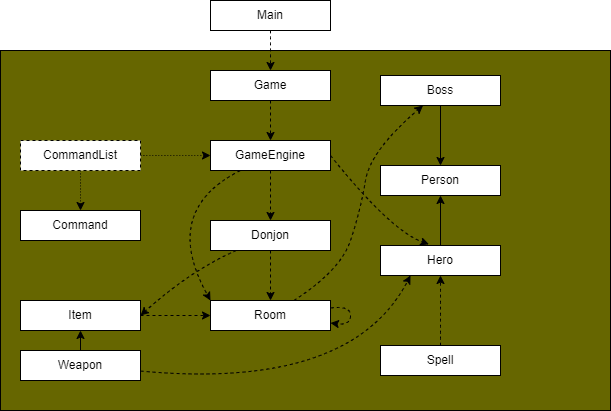
This is diagram.drawio.png from Vivien-Parsis/Jeux-rpg, a draw.io export, as it was before one commit. Source tidied: cells renumbered, new cells last; positions are measured from the earlier drawing's top-left corner, leaving out a move shared by most shapes. Source of this version:
```xml
<mxGraphModel>
  <root>
    <mxCell id="0" />
    <mxCell id="1" parent="0" />
    <mxCell id="2" style="rounded=0;whiteSpace=wrap;html=1;fillColor=#666600;" parent="1" vertex="1">
      <mxGeometry y="50" width="610" height="360" as="geometry" />
    </mxCell>
    <mxCell id="3" style="edgeStyle=none;curved=1;html=1;dashed=1;" parent="1" edge="1" source="4" target="6">
      <mxGeometry relative="1" as="geometry" />
    </mxCell>
    <mxCell id="4" value="Main" style="rounded=0;whiteSpace=wrap;html=1;" parent="1" vertex="1">
      <mxGeometry x="210" width="120" height="30" as="geometry" />
    </mxCell>
    <mxCell id="5" style="edgeStyle=none;html=1;dashed=1;" parent="1" edge="1" source="6" target="9">
      <mxGeometry relative="1" as="geometry" />
    </mxCell>
    <mxCell id="6" value="Game" style="rounded=0;whiteSpace=wrap;html=1;" parent="1" vertex="1">
      <mxGeometry x="210" y="70" width="120" height="30" as="geometry" />
    </mxCell>
    <mxCell id="7" style="edgeStyle=none;html=1;dashed=1;" parent="1" edge="1" source="9" target="12">
      <mxGeometry relative="1" as="geometry" />
    </mxCell>
    <mxCell id="8" style="edgeStyle=none;curved=1;html=1;entryX=0;entryY=0;entryDx=0;entryDy=0;dashed=1;" parent="1" edge="1" source="9" target="25">
      <mxGeometry relative="1" as="geometry">
        <Array as="points">
          <mxPoint x="160" y="210" />
        </Array>
      </mxGeometry>
    </mxCell>
    <mxCell id="9" value="GameEngine" style="rounded=0;whiteSpace=wrap;html=1;" parent="1" vertex="1">
      <mxGeometry x="210" y="140" width="120" height="30" as="geometry" />
    </mxCell>
    <mxCell id="10" style="edgeStyle=none;html=1;dashed=1;" parent="1" edge="1" source="12" target="25">
      <mxGeometry relative="1" as="geometry" />
    </mxCell>
    <mxCell id="11" style="edgeStyle=none;curved=1;html=1;entryX=1;entryY=0.5;entryDx=0;entryDy=0;dashed=1;" parent="1" edge="1" source="12" target="20">
      <mxGeometry relative="1" as="geometry">
        <Array as="points">
          <mxPoint x="190" y="270" />
        </Array>
      </mxGeometry>
    </mxCell>
    <mxCell id="12" value="Donjon" style="rounded=0;whiteSpace=wrap;html=1;" parent="1" vertex="1">
      <mxGeometry x="210" y="220" width="120" height="30" as="geometry" />
    </mxCell>
    <mxCell id="13" value="Person" style="rounded=0;whiteSpace=wrap;html=1;" parent="1" vertex="1">
      <mxGeometry x="380" y="165" width="120" height="30" as="geometry" />
    </mxCell>
    <mxCell id="14" style="edgeStyle=none;html=1;" parent="1" edge="1" source="15" target="13">
      <mxGeometry relative="1" as="geometry" />
    </mxCell>
    <mxCell id="15" value="Boss" style="rounded=0;whiteSpace=wrap;html=1;" parent="1" vertex="1">
      <mxGeometry x="380" y="75" width="120" height="30" as="geometry" />
    </mxCell>
    <mxCell id="16" style="edgeStyle=none;html=1;" parent="1" edge="1" source="18" target="13">
      <mxGeometry relative="1" as="geometry" />
    </mxCell>
    <mxCell id="17" style="edgeStyle=none;html=1;entryX=0.403;entryY=-0.04;entryDx=0;entryDy=0;dashed=1;entryPerimeter=0;exitX=1;exitY=0.5;exitDx=0;exitDy=0;curved=1;" parent="1" edge="1" source="9" target="18">
      <mxGeometry relative="1" as="geometry">
        <Array as="points">
          <mxPoint x="390" y="230" />
        </Array>
      </mxGeometry>
    </mxCell>
    <mxCell id="18" value="Hero" style="rounded=0;whiteSpace=wrap;html=1;" parent="1" vertex="1">
      <mxGeometry x="380" y="245" width="120" height="30" as="geometry" />
    </mxCell>
    <mxCell id="19" style="edgeStyle=none;html=1;entryX=0;entryY=0.5;entryDx=0;entryDy=0;dashed=1;" parent="1" edge="1" source="20" target="25">
      <mxGeometry relative="1" as="geometry" />
    </mxCell>
    <mxCell id="20" value="Item" style="rounded=0;whiteSpace=wrap;html=1;" parent="1" vertex="1">
      <mxGeometry x="20" y="300" width="120" height="30" as="geometry" />
    </mxCell>
    <mxCell id="21" style="edgeStyle=none;html=1;" parent="1" edge="1" source="23" target="20">
      <mxGeometry relative="1" as="geometry" />
    </mxCell>
    <mxCell id="22" style="edgeStyle=none;html=1;entryX=0.25;entryY=1;entryDx=0;entryDy=0;dashed=1;curved=1;" parent="1" edge="1" source="23" target="18">
      <mxGeometry relative="1" as="geometry">
        <Array as="points">
          <mxPoint x="350" y="390" />
        </Array>
      </mxGeometry>
    </mxCell>
    <mxCell id="23" value="Weapon" style="rounded=0;whiteSpace=wrap;html=1;" parent="1" vertex="1">
      <mxGeometry x="20" y="350" width="120" height="30" as="geometry" />
    </mxCell>
    <mxCell id="24" style="edgeStyle=none;html=1;dashed=1;curved=1;" parent="1" edge="1" source="25" target="15">
      <mxGeometry relative="1" as="geometry">
        <Array as="points">
          <mxPoint x="340" y="270" />
          <mxPoint x="360" y="210" />
          <mxPoint x="370" y="150" />
        </Array>
      </mxGeometry>
    </mxCell>
    <mxCell id="25" value="Room" style="rounded=0;whiteSpace=wrap;html=1;" parent="1" vertex="1">
      <mxGeometry x="210" y="300" width="120" height="30" as="geometry" />
    </mxCell>
    <mxCell id="26" style="edgeStyle=none;curved=1;html=1;dashed=1;" parent="1" edge="1" source="25" target="25">
      <mxGeometry relative="1" as="geometry" />
    </mxCell>
    <mxCell id="27" style="edgeStyle=none;curved=1;html=1;dashed=1;" parent="1" edge="1" source="28" target="18">
      <mxGeometry relative="1" as="geometry" />
    </mxCell>
    <mxCell id="28" value="Spell" style="rounded=0;whiteSpace=wrap;html=1;" parent="1" vertex="1">
      <mxGeometry x="380" y="345" width="120" height="30" as="geometry" />
    </mxCell>
    <mxCell id="29" value="Command" style="rounded=0;whiteSpace=wrap;html=1;" parent="1" vertex="1">
      <mxGeometry x="20" y="210" width="120" height="30" as="geometry" />
    </mxCell>
    <mxCell id="30" style="edgeStyle=none;curved=1;html=1;dashed=1;strokeWidth=1;strokeColor=none;dashPattern=1 4;" parent="1" edge="1" source="33" target="9">
      <mxGeometry relative="1" as="geometry" />
    </mxCell>
    <mxCell id="31" style="edgeStyle=none;curved=1;html=1;dashed=1;dashPattern=1 2;strokeWidth=1;" parent="1" edge="1" source="33">
      <mxGeometry relative="1" as="geometry">
        <mxPoint x="210" y="155" as="targetPoint" />
      </mxGeometry>
    </mxCell>
    <mxCell id="32" style="edgeStyle=none;curved=1;html=1;dashed=1;dashPattern=1 2;strokeWidth=1;" parent="1" edge="1" source="33" target="29">
      <mxGeometry relative="1" as="geometry" />
    </mxCell>
    <mxCell id="33" value="CommandList" style="rounded=0;whiteSpace=wrap;html=1;dashed=1;" parent="1" vertex="1">
      <mxGeometry x="20" y="140" width="120" height="30" as="geometry" />
    </mxCell>
  </root>
</mxGraphModel>
```
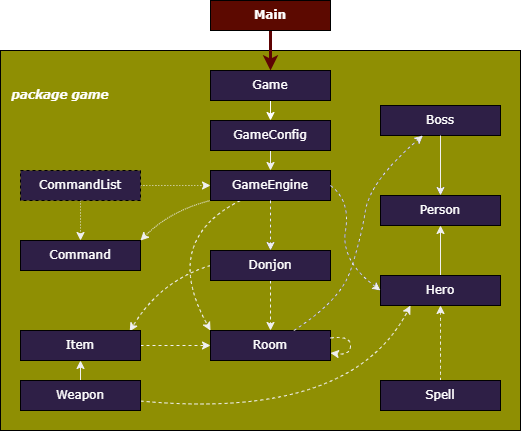
After the change.

Commit message:
changed the launch of the game by add Game class

Change to the diagram source:
```diff
@@ -2,89 +2,97 @@
   <root>
     <mxCell id="0" />
     <mxCell id="1" parent="0" />
-    <mxCell id="2" style="rounded=0;whiteSpace=wrap;html=1;fillColor=#666600;" parent="1" vertex="1">
-      <mxGeometry y="50" width="610" height="360" as="geometry" />
+    <mxCell id="2" style="rounded=0;whiteSpace=wrap;html=1;fillColor=#8F8F03;fontColor=#ffffff;" parent="1" vertex="1">
+      <mxGeometry y="20" width="520" height="380" as="geometry" />
     </mxCell>
-    <mxCell id="3" style="edgeStyle=none;curved=1;html=1;dashed=1;" parent="1" edge="1" source="4" target="6">
-      <mxGeometry relative="1" as="geometry" />
-    </mxCell>
+    <mxCell id="34" style="edgeStyle=none;html=1;strokeColor=#5e0303;strokeWidth=3;fontColor=#FFFAFA;" parent="1" edge="1" source="4" target="42">
+      <mxGeometry relative="1" as="geometry" />
+    </mxCell>
-    <mxCell id="4" value="Main" style="rounded=0;whiteSpace=wrap;html=1;" parent="1" vertex="1">
-      <mxGeometry x="210" width="120" height="30" as="geometry" />
+    <mxCell id="4" value="Main" style="rounded=0;whiteSpace=wrap;html=1;fontFamily=Verdana;fillColor=#5C0900;fontStyle=1;fontColor=#ffffff;" parent="1" vertex="1">
+      <mxGeometry x="210" y="-30" width="120" height="30" as="geometry" />
     </mxCell>
-    <mxCell id="5" style="edgeStyle=none;html=1;dashed=1;" parent="1" edge="1" source="6" target="9">
+    <mxCell id="5" style="edgeStyle=none;html=1;fontColor=#FFFAFA;strokeColor=#F0F0F0;" parent="1" edge="1" source="6" target="9">
       <mxGeometry relative="1" as="geometry" />
     </mxCell>
-    <mxCell id="6" value="Game" style="rounded=0;whiteSpace=wrap;html=1;" parent="1" vertex="1">
-      <mxGeometry x="210" y="70" width="120" height="30" as="geometry" />
+    <mxCell id="6" value="GameConfig" style="rounded=0;whiteSpace=wrap;html=1;fillStyle=auto;fillColor=#2E1F46;fontFamily=Verdana;fontColor=#ffffff;" parent="1" vertex="1">
+      <mxGeometry x="210" y="90" width="120" height="30" as="geometry" />
     </mxCell>
-    <mxCell id="7" style="edgeStyle=none;html=1;dashed=1;" parent="1" edge="1" source="9" target="12">
+    <mxCell id="7" style="edgeStyle=none;html=1;dashed=1;fontColor=#ffffff;" parent="1" edge="1" source="9" target="12">
       <mxGeometry relative="1" as="geometry" />
     </mxCell>
-    <mxCell id="8" style="edgeStyle=none;curved=1;html=1;entryX=0;entryY=0;entryDx=0;entryDy=0;dashed=1;" parent="1" edge="1" source="9" target="25">
+    <mxCell id="8" style="edgeStyle=none;curved=1;html=1;entryX=0;entryY=0;entryDx=0;entryDy=0;dashed=1;fontColor=#FFFAFA;strokeColor=#F0F0F0;" parent="1" edge="1" source="9" target="25">
       <mxGeometry relative="1" as="geometry">
         <Array as="points">
           <mxPoint x="160" y="210" />
         </Array>
       </mxGeometry>
     </mxCell>
+    <mxCell id="35" style="edgeStyle=none;html=1;entryX=1;entryY=0;entryDx=0;entryDy=0;dashed=1;dashPattern=1 1;fontFamily=Verdana;exitX=0;exitY=1;exitDx=0;exitDy=0;curved=1;fontColor=#FFFAFA;strokeColor=#F0F0F0;" parent="1" edge="1" source="9" target="29">
+      <mxGeometry relative="1" as="geometry">
+        <Array as="points">
+          <mxPoint x="170" y="180" />
+        </Array>
+      </mxGeometry>
+    </mxCell>
-    <mxCell id="9" value="GameEngine" style="rounded=0;whiteSpace=wrap;html=1;" parent="1" vertex="1">
+    <mxCell id="9" value="GameEngine" style="rounded=0;whiteSpace=wrap;html=1;fillStyle=auto;fillColor=#2E1F46;fontFamily=Verdana;fontColor=#ffffff;" parent="1" vertex="1">
       <mxGeometry x="210" y="140" width="120" height="30" as="geometry" />
     </mxCell>
-    <mxCell id="10" style="edgeStyle=none;html=1;dashed=1;" parent="1" edge="1" source="12" target="25">
+    <mxCell id="10" style="edgeStyle=none;html=1;dashed=1;fontColor=#ffffff;strokeColor=#F0F0F0;" parent="1" edge="1" source="12" target="25">
       <mxGeometry relative="1" as="geometry" />
     </mxCell>
-    <mxCell id="11" style="edgeStyle=none;curved=1;html=1;entryX=1;entryY=0.5;entryDx=0;entryDy=0;dashed=1;" parent="1" edge="1" source="12" target="20">
+    <mxCell id="11" style="edgeStyle=none;curved=1;html=1;entryX=0.91;entryY=0.027;entryDx=0;entryDy=0;dashed=1;exitX=0;exitY=0.5;exitDx=0;exitDy=0;entryPerimeter=0;fontColor=#FFFAFA;strokeColor=#F0F0F0;" parent="1" edge="1" source="12" target="20">
       <mxGeometry relative="1" as="geometry">
         <Array as="points">
-          <mxPoint x="190" y="270" />
+          <mxPoint x="160" y="250" />
         </Array>
       </mxGeometry>
     </mxCell>
-    <mxCell id="12" value="Donjon" style="rounded=0;whiteSpace=wrap;html=1;" parent="1" vertex="1">
+    <mxCell id="12" value="Donjon" style="rounded=0;whiteSpace=wrap;html=1;fillStyle=auto;fillColor=#2E1F46;fontFamily=Verdana;fontColor=#ffffff;" parent="1" vertex="1">
       <mxGeometry x="210" y="220" width="120" height="30" as="geometry" />
     </mxCell>
-    <mxCell id="13" value="Person" style="rounded=0;whiteSpace=wrap;html=1;" parent="1" vertex="1">
+    <mxCell id="13" value="Person" style="rounded=0;whiteSpace=wrap;html=1;fillStyle=auto;fillColor=#2E1F46;fontFamily=Verdana;fontColor=#ffffff;" parent="1" vertex="1">
       <mxGeometry x="380" y="165" width="120" height="30" as="geometry" />
     </mxCell>
-    <mxCell id="14" style="edgeStyle=none;html=1;" parent="1" edge="1" source="15" target="13">
+    <mxCell id="14" style="edgeStyle=none;html=1;fontColor=#FFFAFA;" parent="1" edge="1" source="15" target="13">
       <mxGeometry relative="1" as="geometry" />
     </mxCell>
-    <mxCell id="15" value="Boss" style="rounded=0;whiteSpace=wrap;html=1;" parent="1" vertex="1">
+    <mxCell id="15" value="Boss" style="rounded=0;whiteSpace=wrap;html=1;fillStyle=auto;fillColor=#2E1F46;fontFamily=Verdana;fontColor=#ffffff;" parent="1" vertex="1">
       <mxGeometry x="380" y="75" width="120" height="30" as="geometry" />
     </mxCell>
-    <mxCell id="16" style="edgeStyle=none;html=1;" parent="1" edge="1" source="18" target="13">
+    <mxCell id="16" style="edgeStyle=none;html=1;fontColor=#FFFAFA;strokeColor=#F0F0F0;" parent="1" edge="1" source="18" target="13">
       <mxGeometry relative="1" as="geometry" />
     </mxCell>
-    <mxCell id="17" style="edgeStyle=none;html=1;entryX=0.403;entryY=-0.04;entryDx=0;entryDy=0;dashed=1;entryPerimeter=0;exitX=1;exitY=0.5;exitDx=0;exitDy=0;curved=1;" parent="1" edge="1" source="9" target="18">
+    <mxCell id="17" style="edgeStyle=none;html=1;entryX=0;entryY=0.5;entryDx=0;entryDy=0;dashed=1;exitX=1;exitY=0.5;exitDx=0;exitDy=0;curved=1;fontColor=#FFFAFA;" parent="1" edge="1" source="9" target="18">
       <mxGeometry relative="1" as="geometry">
         <Array as="points">
-          <mxPoint x="390" y="230" />
+          <mxPoint x="350" y="170" />
+          <mxPoint x="340" y="230" />
         </Array>
       </mxGeometry>
     </mxCell>
-    <mxCell id="18" value="Hero" style="rounded=0;whiteSpace=wrap;html=1;" parent="1" vertex="1">
+    <mxCell id="18" value="Hero" style="rounded=0;whiteSpace=wrap;html=1;fillStyle=auto;fillColor=#2E1F46;fontFamily=Verdana;fontColor=#ffffff;" parent="1" vertex="1">
       <mxGeometry x="380" y="245" width="120" height="30" as="geometry" />
     </mxCell>
-    <mxCell id="19" style="edgeStyle=none;html=1;entryX=0;entryY=0.5;entryDx=0;entryDy=0;dashed=1;" parent="1" edge="1" source="20" target="25">
+    <mxCell id="19" style="edgeStyle=none;html=1;entryX=0;entryY=0.5;entryDx=0;entryDy=0;dashed=1;fontColor=#FFFAFA;strokeColor=#F0F0F0;" parent="1" edge="1" source="20" target="25">
       <mxGeometry relative="1" as="geometry" />
     </mxCell>
-    <mxCell id="20" value="Item" style="rounded=0;whiteSpace=wrap;html=1;" parent="1" vertex="1">
+    <mxCell id="20" value="Item" style="rounded=0;whiteSpace=wrap;html=1;fillStyle=auto;fillColor=#2E1F46;fontFamily=Verdana;fontColor=#ffffff;" parent="1" vertex="1">
       <mxGeometry x="20" y="300" width="120" height="30" as="geometry" />
     </mxCell>
-    <mxCell id="21" style="edgeStyle=none;html=1;" parent="1" edge="1" source="23" target="20">
+    <mxCell id="21" style="edgeStyle=none;html=1;fontColor=#FFFAFA;strokeColor=#F0F0F0;" parent="1" edge="1" source="23" target="20">
       <mxGeometry relative="1" as="geometry" />
     </mxCell>
-    <mxCell id="22" style="edgeStyle=none;html=1;entryX=0.25;entryY=1;entryDx=0;entryDy=0;dashed=1;curved=1;" parent="1" edge="1" source="23" target="18">
+    <mxCell id="22" style="edgeStyle=none;html=1;entryX=0.25;entryY=1;entryDx=0;entryDy=0;dashed=1;curved=1;fontColor=#FFFAFA;strokeColor=#F0F0F0;" parent="1" edge="1" source="23" target="18">
       <mxGeometry relative="1" as="geometry">
         <Array as="points">
           <mxPoint x="350" y="390" />
         </Array>
       </mxGeometry>
     </mxCell>
-    <mxCell id="23" value="Weapon" style="rounded=0;whiteSpace=wrap;html=1;" parent="1" vertex="1">
+    <mxCell id="23" value="Weapon" style="rounded=0;whiteSpace=wrap;html=1;fillStyle=auto;fillColor=#2E1F46;fontFamily=Verdana;fontColor=#ffffff;" parent="1" vertex="1">
       <mxGeometry x="20" y="350" width="120" height="30" as="geometry" />
     </mxCell>
-    <mxCell id="24" style="edgeStyle=none;html=1;dashed=1;curved=1;" parent="1" edge="1" source="25" target="15">
+    <mxCell id="24" style="edgeStyle=none;html=1;dashed=1;curved=1;fontColor=#FFFAFA;" parent="1" edge="1" source="25" target="15">
       <mxGeometry relative="1" as="geometry">
         <Array as="points">
           <mxPoint x="340" y="270" />
@@ -93,34 +101,76 @@
         </Array>
       </mxGeometry>
     </mxCell>
-    <mxCell id="25" value="Room" style="rounded=0;whiteSpace=wrap;html=1;" parent="1" vertex="1">
+    <mxCell id="25" value="Room" style="rounded=0;whiteSpace=wrap;html=1;fillStyle=auto;fillColor=#2E1F46;fontFamily=Verdana;fontColor=#ffffff;" parent="1" vertex="1">
       <mxGeometry x="210" y="300" width="120" height="30" as="geometry" />
     </mxCell>
-    <mxCell id="26" style="edgeStyle=none;curved=1;html=1;dashed=1;" parent="1" edge="1" source="25" target="25">
+    <mxCell id="26" style="edgeStyle=none;curved=1;html=1;dashed=1;fontColor=#FFFAFA;strokeColor=#F0F0F0;" parent="1" edge="1" source="25" target="25">
       <mxGeometry relative="1" as="geometry" />
     </mxCell>
-    <mxCell id="27" style="edgeStyle=none;curved=1;html=1;dashed=1;" parent="1" edge="1" source="28" target="18">
+    <mxCell id="27" style="edgeStyle=none;curved=1;html=1;dashed=1;fontColor=#FFFAFA;strokeColor=#F0F0F0;" parent="1" edge="1" source="28" target="18">
       <mxGeometry relative="1" as="geometry" />
     </mxCell>
-    <mxCell id="28" value="Spell" style="rounded=0;whiteSpace=wrap;html=1;" parent="1" vertex="1">
-      <mxGeometry x="380" y="345" width="120" height="30" as="geometry" />
+    <mxCell id="28" value="Spell" style="rounded=0;whiteSpace=wrap;html=1;fillStyle=auto;fillColor=#2E1F46;fontFamily=Verdana;fontColor=#ffffff;" parent="1" vertex="1">
+      <mxGeometry x="380" y="350" width="120" height="30" as="geometry" />
     </mxCell>
-    <mxCell id="29" value="Command" style="rounded=0;whiteSpace=wrap;html=1;" parent="1" vertex="1">
+    <mxCell id="29" value="Command" style="rounded=0;whiteSpace=wrap;html=1;fillStyle=auto;fillColor=#2E1F46;fontFamily=Verdana;fontColor=#ffffff;" parent="1" vertex="1">
       <mxGeometry x="20" y="210" width="120" height="30" as="geometry" />
     </mxCell>
-    <mxCell id="30" style="edgeStyle=none;curved=1;html=1;dashed=1;strokeWidth=1;strokeColor=none;dashPattern=1 4;" parent="1" edge="1" source="33" target="9">
+    <mxCell id="30" style="edgeStyle=none;curved=1;html=1;dashed=1;strokeWidth=1;strokeColor=none;dashPattern=1 4;fontColor=#ffffff;" parent="1" edge="1" source="33" target="9">
       <mxGeometry relative="1" as="geometry" />
     </mxCell>
-    <mxCell id="31" style="edgeStyle=none;curved=1;html=1;dashed=1;dashPattern=1 2;strokeWidth=1;" parent="1" edge="1" source="33">
+    <mxCell id="31" style="edgeStyle=none;curved=1;html=1;dashed=1;dashPattern=1 2;strokeWidth=1;fontColor=#FFFAFA;strokeColor=#F0F0F0;" parent="1" edge="1" source="33">
       <mxGeometry relative="1" as="geometry">
         <mxPoint x="210" y="155" as="targetPoint" />
       </mxGeometry>
     </mxCell>
-    <mxCell id="32" style="edgeStyle=none;curved=1;html=1;dashed=1;dashPattern=1 2;strokeWidth=1;" parent="1" edge="1" source="33" target="29">
+    <mxCell id="32" style="edgeStyle=none;curved=1;html=1;dashed=1;dashPattern=1 2;strokeWidth=1;fontColor=#FFFAFA;strokeColor=#F0F0F0;" parent="1" edge="1" source="33" target="29">
       <mxGeometry relative="1" as="geometry" />
     </mxCell>
-    <mxCell id="33" value="CommandList" style="rounded=0;whiteSpace=wrap;html=1;dashed=1;" parent="1" vertex="1">
+    <mxCell id="33" value="CommandList" style="rounded=0;whiteSpace=wrap;html=1;dashed=1;fillStyle=auto;fillColor=#2E1F46;fontFamily=Verdana;fontColor=#ffffff;" parent="1" vertex="1">
       <mxGeometry x="20" y="140" width="120" height="30" as="geometry" />
     </mxCell>
+    <mxCell id="36" value="&lt;font face=&quot;Verdana&quot;&gt;package game&lt;/font&gt;" style="text;html=1;align=center;verticalAlign=middle;whiteSpace=wrap;rounded=0;fontColor=#ffffff;fontStyle=3;strokeColor=none;" parent="1" vertex="1">
+      <mxGeometry x="10" y="50" width="100" height="30" as="geometry" />
+    </mxCell>
+    <mxCell id="37" style="edgeStyle=none;html=1;fontColor=#FFFAFA;strokeColor=#F0F0F0;" parent="1" edge="1">
+      <mxGeometry relative="1" as="geometry">
+        <mxPoint x="440" y="105" as="sourcePoint" />
+        <mxPoint x="440" y="165" as="targetPoint" />
+      </mxGeometry>
+    </mxCell>
+    <mxCell id="38" style="edgeStyle=none;html=1;dashed=1;curved=1;fontColor=#FFFAFA;strokeColor=#F0F0F0;" parent="1" edge="1">
+      <mxGeometry relative="1" as="geometry">
+        <mxPoint x="293.3" y="300" as="sourcePoint" />
+        <mxPoint x="422.5" y="105" as="targetPoint" />
+        <Array as="points">
+          <mxPoint x="340" y="270" />
+          <mxPoint x="360" y="210" />
+          <mxPoint x="370" y="150" />
+        </Array>
+      </mxGeometry>
+    </mxCell>
+    <mxCell id="39" style="edgeStyle=none;html=1;entryX=0;entryY=0.5;entryDx=0;entryDy=0;dashed=1;exitX=1;exitY=0.5;exitDx=0;exitDy=0;curved=1;fontColor=#FFFAFA;strokeColor=#F0F0F0;" parent="1" edge="1">
+      <mxGeometry relative="1" as="geometry">
+        <mxPoint x="330" y="155" as="sourcePoint" />
+        <mxPoint x="380" y="260" as="targetPoint" />
+        <Array as="points">
+          <mxPoint x="350" y="170" />
+          <mxPoint x="340" y="230" />
+        </Array>
+      </mxGeometry>
+    </mxCell>
+    <mxCell id="40" style="edgeStyle=none;html=1;dashed=1;fontColor=#ffffff;strokeColor=#F0F0F0;" parent="1" edge="1">
+      <mxGeometry relative="1" as="geometry">
+        <mxPoint x="270" y="170" as="sourcePoint" />
+        <mxPoint x="270" y="220" as="targetPoint" />
+      </mxGeometry>
+    </mxCell>
+    <mxCell id="41" style="edgeStyle=none;html=1;entryX=0.5;entryY=0;entryDx=0;entryDy=0;strokeColor=#ffffff;strokeWidth=1;fontColor=#FFFAFA;" parent="1" edge="1" source="42" target="6">
+      <mxGeometry relative="1" as="geometry" />
+    </mxCell>
+    <mxCell id="42" value="Game" style="rounded=0;whiteSpace=wrap;html=1;fillStyle=auto;fillColor=#2E1F46;fontFamily=Verdana;fontColor=#ffffff;" parent="1" vertex="1">
+      <mxGeometry x="210" y="40" width="120" height="30" as="geometry" />
+    </mxCell>
   </root>
 </mxGraphModel>
```
